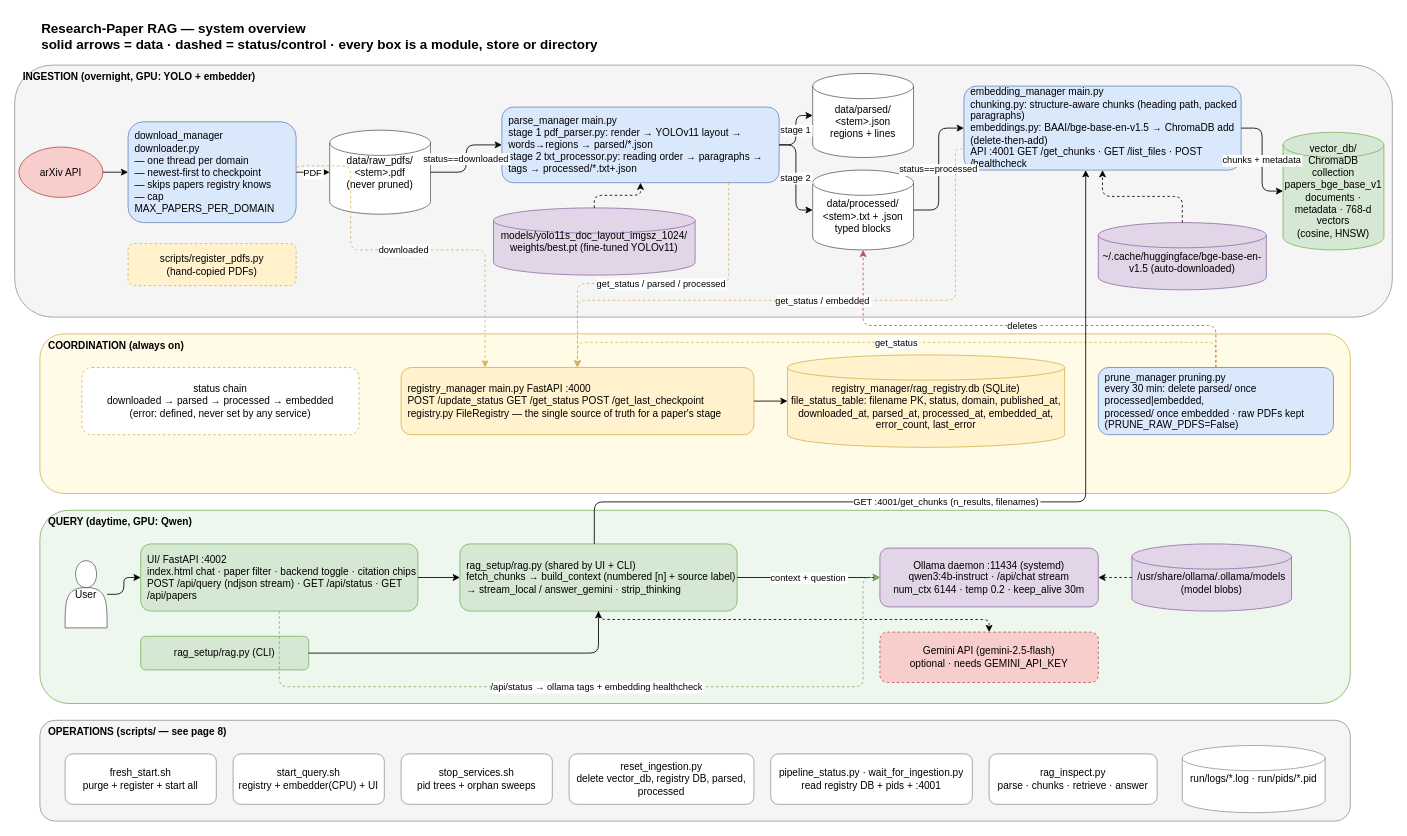
Above: page "1 System Overview" (1 of 8) of app/diagrams/system_architecture_detailed.drawio in mudit-choudhary/Anneal (draw.io), before the change. Source tidied: cells renumbered, new cells numbered last; positions are measured from the earlier drawing's top-left corner, leaving out a move shared by most shapes. Both pictures are drawn from the tidied source at 84%, with x=0, y=0 at pixel (14, 14).
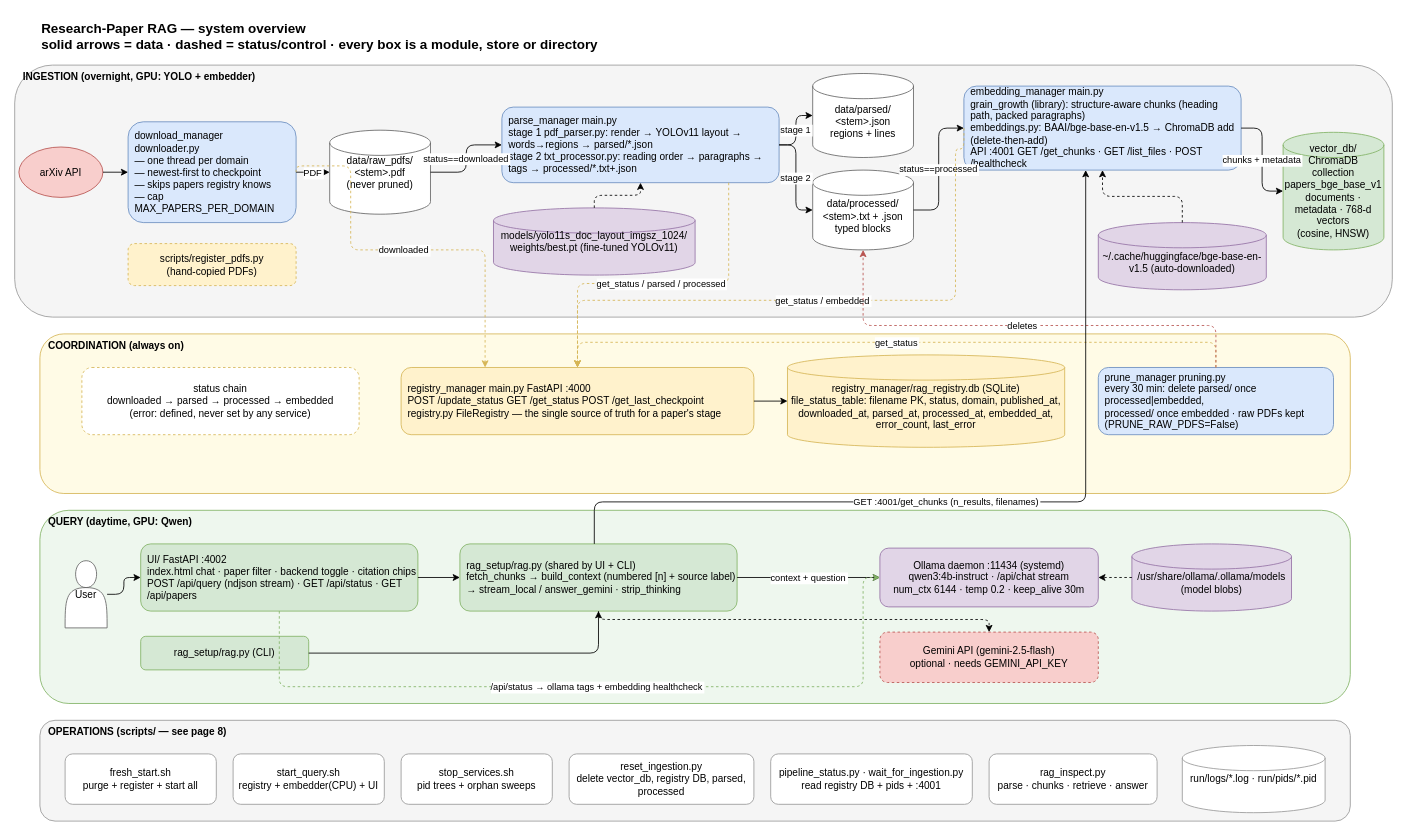
The same diagram, later.

The edit, as a diff of the source:
```diff
@@
-    <mxCell id="12" value="embedding_manager  main.py&#10;chunking.py: structure-aware chunks (heading path, packed paragraphs)&#10;embeddings.py: BAAI/bge-base-en-v1.5 → ChromaDB add (delete-then-add)&#10;API :4001  GET /get_chunks · GET /list_files · POST /healthcheck" style="rounded=1;whiteSpace=wrap;fillColor=#dae8fc;strokeColor=#6c8ebf;align=left;spacingLeft=6;" parent="1" vertex="1">
+    <mxCell id="12" value="embedding_manager  main.py&#10;grain_growth (library): structure-aware chunks (heading path, packed paragraphs)&#10;embeddings.py: BAAI/bge-base-en-v1.5 → ChromaDB add (delete-then-add)&#10;API :4001  GET /get_chunks · GET /list_files · POST /healthcheck" style="rounded=1;whiteSpace=wrap;fillColor=#dae8fc;strokeColor=#6c8ebf;align=left;spacingLeft=6;" parent="1" vertex="1">
       <mxGeometry x="1130" y="85" width="330" height="100" as="geometry" />
     </mxCell>
```
